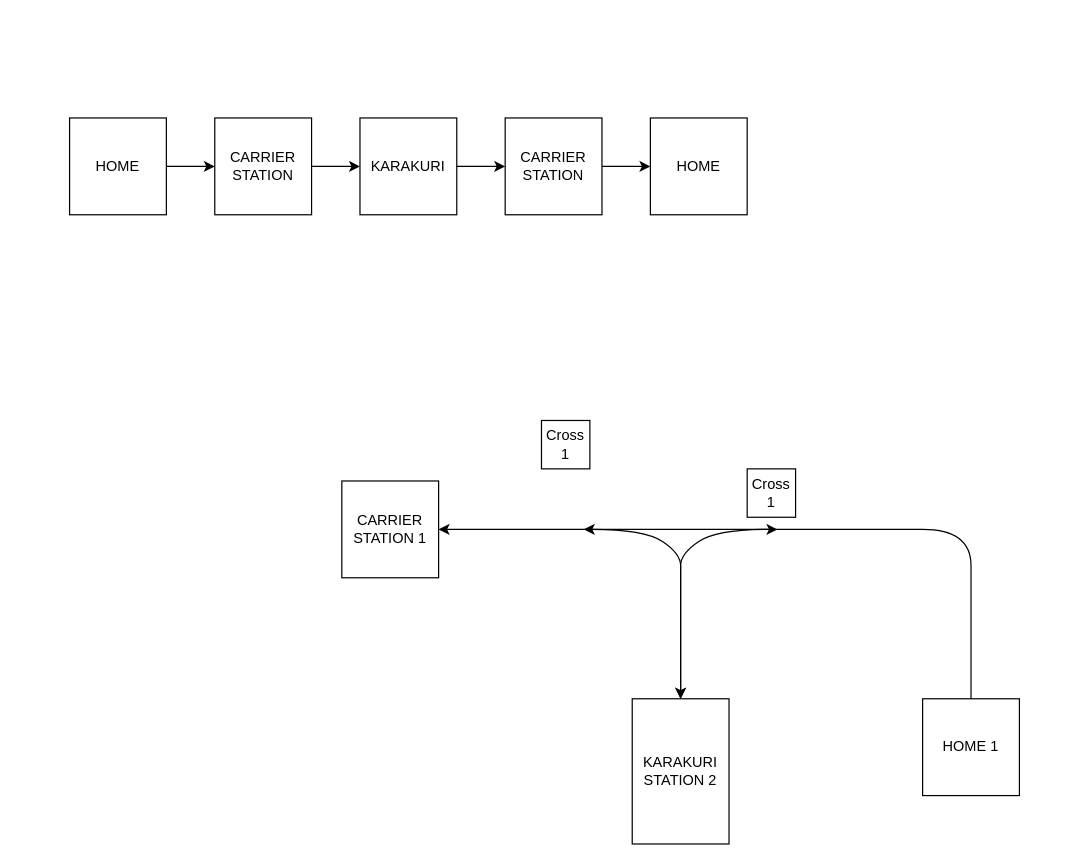
Above: page "Page-2" (2 of 4) of Program/Breakdown/AGV Track Design.drawio in AlfonsusGiovanni/Automated-Guided-Vehicle (draw.io), before the change. Source tidied: cells renumbered, new cells numbered last; positions are measured from the earlier drawing's top-left corner, leaving out a move shared by most shapes. Both pictures are drawn from the tidied source at 121%, with x=0, y=0 at pixel (69, 117).
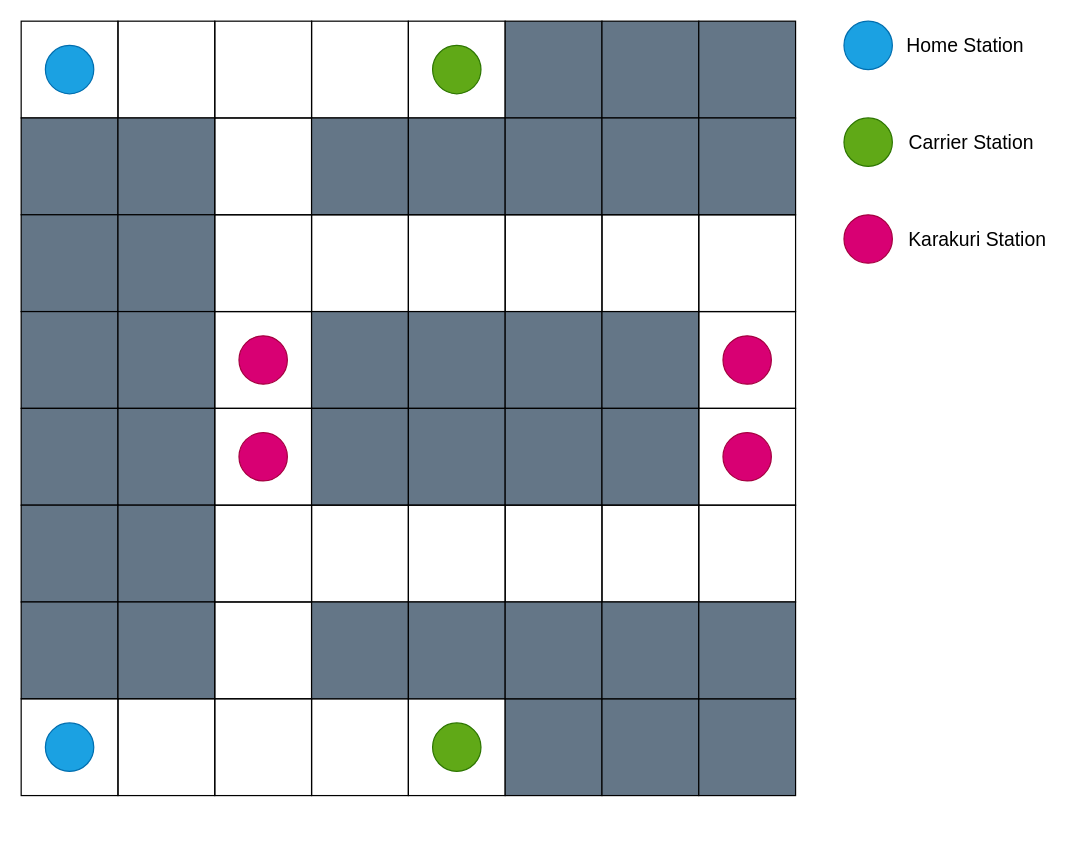
After the change.

Diff of the diagram source:
```diff
@@
-    <mxCell id="2" value="HOME 1" style="rounded=0;whiteSpace=wrap;html=1;fillColor=none;" parent="1" vertex="1">
-      <mxGeometry x="705" y="480" width="80" height="80" as="geometry" />
-    </mxCell>
-    <mxCell id="3" value="CARRIER&lt;div&gt;STATION 1&lt;/div&gt;" style="rounded=0;whiteSpace=wrap;html=1;fillColor=none;" parent="1" vertex="1">
-      <mxGeometry x="225" y="300" width="80" height="80" as="geometry" />
-    </mxCell>
-    <mxCell id="4" value="KARAKURI STATION 2" style="rounded=0;whiteSpace=wrap;html=1;fillColor=none;" parent="1" vertex="1">
-      <mxGeometry x="465" y="480" width="80" height="120" as="geometry" />
-    </mxCell>
-    <mxCell id="5" style="curved=1;endArrow=classic;html=1;rounded=0;entryX=1;entryY=0.5;entryDx=0;entryDy=0;exitX=0.5;exitY=0;exitDx=0;exitDy=0;" parent="1" edge="1" source="2" target="3">
-      <mxGeometry relative="1" as="geometry">
-        <Array as="points">
-          <mxPoint x="745" y="400" />
-          <mxPoint x="745" y="340" />
-          <mxPoint x="665" y="340" />
-        </Array>
-      </mxGeometry>
-    </mxCell>
-    <mxCell id="6" style="curved=1;endArrow=classic;html=1;rounded=0;exitX=0.5;exitY=0;exitDx=0;exitDy=0;startArrow=classic;startFill=1;" parent="1" edge="1" source="4">
-      <mxGeometry relative="1" as="geometry">
-        <mxPoint x="425" y="340" as="targetPoint" />
-        <Array as="points">
-          <mxPoint x="505" y="380" />
-          <mxPoint x="505" y="360" />
-          <mxPoint x="475" y="340" />
-        </Array>
-      </mxGeometry>
-    </mxCell>
-    <mxCell id="7" style="curved=1;endArrow=classic;html=1;rounded=0;exitX=0.5;exitY=0;exitDx=0;exitDy=0;startArrow=classic;startFill=1;" parent="1" edge="1">
-      <mxGeometry relative="1" as="geometry">
-        <mxPoint x="505" y="480" as="sourcePoint" />
-        <mxPoint x="585" y="340" as="targetPoint" />
-        <Array as="points">
-          <mxPoint x="505" y="380" />
-          <mxPoint x="505" y="360" />
-          <mxPoint x="535" y="340" />
-        </Array>
-      </mxGeometry>
-    </mxCell>
-    <mxCell id="8" value="Cross&lt;div&gt;1&lt;/div&gt;" style="rounded=0;whiteSpace=wrap;html=1;fillColor=none;" parent="1" vertex="1">
-      <mxGeometry x="390" y="250" width="40" height="40" as="geometry" />
-    </mxCell>
-    <mxCell id="9" value="Cross&lt;div&gt;1&lt;/div&gt;" style="rounded=0;whiteSpace=wrap;html=1;fillColor=none;" parent="1" vertex="1">
-      <mxGeometry x="560" y="290" width="40" height="40" as="geometry" />
-    </mxCell>
-    <mxCell id="10" style="edgeStyle=orthogonalEdgeStyle;rounded=0;jettySize=auto;html=1;" parent="1" edge="1" source="11" target="13">
-      <mxGeometry relative="1" as="geometry" />
-    </mxCell>
-    <mxCell id="11" value="HOME" style="rounded=0;whiteSpace=wrap;html=1;fillColor=none;" parent="1" vertex="1">
-      <mxGeometry width="80" height="80" as="geometry" />
-    </mxCell>
-    <mxCell id="12" style="edgeStyle=orthogonalEdgeStyle;rounded=0;jettySize=auto;html=1;" parent="1" edge="1" source="13" target="15">
-      <mxGeometry relative="1" as="geometry" />
-    </mxCell>
-    <mxCell id="13" value="CARRIER&lt;div&gt;STATION&lt;/div&gt;" style="rounded=0;whiteSpace=wrap;html=1;fillColor=none;" parent="1" vertex="1">
-      <mxGeometry x="120" width="80" height="80" as="geometry" />
-    </mxCell>
-    <mxCell id="14" style="edgeStyle=orthogonalEdgeStyle;rounded=0;jettySize=auto;html=1;" parent="1" edge="1" source="15" target="17">
-      <mxGeometry relative="1" as="geometry" />
-    </mxCell>
-    <mxCell id="15" value="KARAKURI" style="rounded=0;whiteSpace=wrap;html=1;fillColor=none;" parent="1" vertex="1">
-      <mxGeometry x="240" width="80" height="80" as="geometry" />
-    </mxCell>
-    <mxCell id="16" style="edgeStyle=orthogonalEdgeStyle;rounded=0;jettySize=auto;html=1;" parent="1" edge="1" source="17" target="18">
-      <mxGeometry relative="1" as="geometry" />
-    </mxCell>
-    <mxCell id="17" value="CARRIER&lt;div&gt;STATION&lt;/div&gt;" style="rounded=0;whiteSpace=wrap;html=1;fillColor=none;" parent="1" vertex="1">
-      <mxGeometry x="360" width="80" height="80" as="geometry" />
-    </mxCell>
-    <mxCell id="18" value="HOME" style="rounded=0;whiteSpace=wrap;html=1;fillColor=none;" parent="1" vertex="1">
-      <mxGeometry x="480" width="80" height="80" as="geometry" />
-    </mxCell>
+    <mxCell id="19" style="ellipse;whiteSpace=wrap;html=1;fillColor=#1ba1e2;fontColor=#ffffff;strokeColor=#006EAF;" parent="1" vertex="1">
+      <mxGeometry x="640" y="-80" width="40" height="40" as="geometry" />
+    </mxCell>
+    <mxCell id="20" value="Home Station" style="text;html=1;align=center;verticalAlign=middle;strokeColor=none;fillColor=none;fontSize=16;" parent="1" vertex="1">
+      <mxGeometry x="680" y="-75" width="120" height="30" as="geometry" />
+    </mxCell>
+    <mxCell id="21" style="ellipse;whiteSpace=wrap;html=1;fillColor=#d80073;fontColor=#ffffff;strokeColor=#A50040;" parent="1" vertex="1">
+      <mxGeometry x="640" y="80" width="40" height="40" as="geometry" />
+    </mxCell>
+    <mxCell id="22" value="Karakuri Station" style="text;html=1;align=center;verticalAlign=middle;strokeColor=none;fillColor=none;fontSize=16;" parent="1" vertex="1">
+      <mxGeometry x="680" y="85" width="140" height="30" as="geometry" />
+    </mxCell>
+    <mxCell id="23" style="ellipse;whiteSpace=wrap;html=1;fillColor=#60a917;fontColor=#ffffff;strokeColor=#2D7600;" parent="1" vertex="1">
+      <mxGeometry x="640" width="40" height="40" as="geometry" />
+    </mxCell>
+    <mxCell id="24" value="Carrier Station" style="text;html=1;align=center;verticalAlign=middle;strokeColor=none;fillColor=none;fontSize=16;" parent="1" vertex="1">
+      <mxGeometry x="680" y="5" width="130" height="30" as="geometry" />
+    </mxCell>
+    <mxCell id="25" style="group;rotation=-90;" parent="1" vertex="1">
+      <mxGeometry x="-40" y="-80" width="640" height="640" as="geometry" />
+    </mxCell>
+    <mxCell id="26" style="whiteSpace=wrap;html=1;flipH=1;flipV=1;fillColor=none;strokeColor=default;rotation=0;" parent="25" vertex="1">
+      <mxGeometry width="80" height="80" as="geometry" />
+    </mxCell>
+    <mxCell id="27" style="whiteSpace=wrap;html=1;flipH=1;flipV=1;fillColor=none;strokeColor=default;rotation=0;" parent="25" vertex="1">
+      <mxGeometry x="80" width="80" height="80" as="geometry" />
+    </mxCell>
+    <mxCell id="28" style="whiteSpace=wrap;html=1;flipH=1;flipV=1;fillColor=none;strokeColor=default;rotation=0;" parent="25" vertex="1">
+      <mxGeometry x="160" width="80" height="80" as="geometry" />
+    </mxCell>
+    <mxCell id="29" style="whiteSpace=wrap;html=1;flipH=1;flipV=1;fillColor=none;strokeColor=default;rotation=0;" parent="25" vertex="1">
+      <mxGeometry x="240" width="80" height="80" as="geometry" />
+    </mxCell>
+    <mxCell id="30" style="whiteSpace=wrap;html=1;flipH=1;flipV=1;fillColor=none;strokeColor=default;rotation=0;" parent="25" vertex="1">
+      <mxGeometry x="320" width="80" height="80" as="geometry" />
+    </mxCell>
+    <mxCell id="31" style="whiteSpace=wrap;html=1;flipH=1;flipV=1;fillColor=#647687;strokeColor=default;fontColor=#ffffff;rotation=0;" parent="25" vertex="1">
+      <mxGeometry x="400" width="80" height="80" as="geometry" />
+    </mxCell>
+    <mxCell id="32" style="whiteSpace=wrap;html=1;flipH=1;flipV=1;fillColor=#647687;strokeColor=default;fontColor=#ffffff;rotation=0;" parent="25" vertex="1">
+      <mxGeometry x="480" width="80" height="80" as="geometry" />
+    </mxCell>
+    <mxCell id="33" style="whiteSpace=wrap;html=1;flipH=1;flipV=1;fillColor=#647687;strokeColor=default;fontColor=#ffffff;rotation=0;" parent="25" vertex="1">
+      <mxGeometry x="560" width="80" height="80" as="geometry" />
+    </mxCell>
+    <mxCell id="34" style="whiteSpace=wrap;html=1;flipH=1;flipV=1;fillColor=#647687;strokeColor=default;fontColor=#ffffff;rotation=0;" parent="25" vertex="1">
+      <mxGeometry y="80" width="80" height="80" as="geometry" />
+    </mxCell>
+    <mxCell id="35" style="whiteSpace=wrap;html=1;flipH=1;flipV=1;fillColor=#647687;strokeColor=default;fontColor=#ffffff;rotation=0;" parent="25" vertex="1">
+      <mxGeometry x="80" y="80" width="80" height="80" as="geometry" />
+    </mxCell>
+    <mxCell id="36" style="whiteSpace=wrap;html=1;flipH=1;flipV=1;fillColor=none;strokeColor=default;rotation=0;" parent="25" vertex="1">
+      <mxGeometry x="160" y="80" width="80" height="80" as="geometry" />
+    </mxCell>
+    <mxCell id="37" style="whiteSpace=wrap;html=1;flipH=1;flipV=1;fillColor=#647687;strokeColor=default;fontColor=#ffffff;rotation=0;" parent="25" vertex="1">
+      <mxGeometry x="240" y="80" width="80" height="80" as="geometry" />
+    </mxCell>
+    <mxCell id="38" style="whiteSpace=wrap;html=1;flipH=1;flipV=1;fillColor=#647687;strokeColor=default;fontColor=#ffffff;rotation=0;" parent="25" vertex="1">
+      <mxGeometry x="320" y="80" width="80" height="80" as="geometry" />
+    </mxCell>
+    <mxCell id="39" style="whiteSpace=wrap;html=1;flipH=1;flipV=1;fillColor=#647687;strokeColor=default;fontColor=#ffffff;rotation=0;" parent="25" vertex="1">
+      <mxGeometry x="400" y="80" width="80" height="80" as="geometry" />
+    </mxCell>
+    <mxCell id="40" style="whiteSpace=wrap;html=1;flipH=1;flipV=1;fillColor=#647687;strokeColor=default;fontColor=#ffffff;rotation=0;" parent="25" vertex="1">
+      <mxGeometry x="480" y="80" width="80" height="80" as="geometry" />
+    </mxCell>
+    <mxCell id="41" style="whiteSpace=wrap;html=1;flipH=1;flipV=1;fillColor=#647687;strokeColor=default;fontColor=#ffffff;rotation=0;" parent="25" vertex="1">
+      <mxGeometry x="560" y="80" width="80" height="80" as="geometry" />
+    </mxCell>
+    <mxCell id="42" style="whiteSpace=wrap;html=1;flipH=1;flipV=1;fillColor=#647687;strokeColor=default;fontColor=#ffffff;rotation=0;" parent="25" vertex="1">
+      <mxGeometry y="160" width="80" height="80" as="geometry" />
+    </mxCell>
+    <mxCell id="43" style="whiteSpace=wrap;html=1;flipH=1;flipV=1;fillColor=#647687;strokeColor=default;fontColor=#ffffff;rotation=0;" parent="25" vertex="1">
+      <mxGeometry x="80" y="160" width="80" height="80" as="geometry" />
+    </mxCell>
+    <mxCell id="44" style="whiteSpace=wrap;html=1;flipH=1;flipV=1;fillColor=none;strokeColor=default;rotation=0;" parent="25" vertex="1">
+      <mxGeometry x="160" y="160" width="80" height="80" as="geometry" />
+    </mxCell>
+    <mxCell id="45" style="whiteSpace=wrap;html=1;flipH=1;flipV=1;fillColor=none;strokeColor=default;rotation=0;" parent="25" vertex="1">
+      <mxGeometry x="240" y="160" width="80" height="80" as="geometry" />
+    </mxCell>
+    <mxCell id="46" style="whiteSpace=wrap;html=1;flipH=1;flipV=1;fillColor=none;strokeColor=default;rotation=0;" parent="25" vertex="1">
+      <mxGeometry x="320" y="160" width="80" height="80" as="geometry" />
+    </mxCell>
+    <mxCell id="47" style="whiteSpace=wrap;html=1;flipH=1;flipV=1;fillColor=none;strokeColor=default;rotation=0;" parent="25" vertex="1">
+      <mxGeometry x="400" y="160" width="80" height="80" as="geometry" />
+    </mxCell>
+    <mxCell id="48" style="whiteSpace=wrap;html=1;flipH=1;flipV=1;fillColor=none;strokeColor=default;rotation=0;" parent="25" vertex="1">
+      <mxGeometry x="480" y="160" width="80" height="80" as="geometry" />
+    </mxCell>
+    <mxCell id="49" style="whiteSpace=wrap;html=1;flipH=1;flipV=1;fillColor=none;strokeColor=default;rotation=0;" parent="25" vertex="1">
+      <mxGeometry x="560" y="160" width="80" height="80" as="geometry" />
+    </mxCell>
+    <mxCell id="50" style="whiteSpace=wrap;html=1;flipH=1;flipV=1;fillColor=#647687;strokeColor=default;fontColor=#ffffff;rotation=0;" parent="25" vertex="1">
+      <mxGeometry y="240" width="80" height="80" as="geometry" />
+    </mxCell>
+    <mxCell id="51" style="whiteSpace=wrap;html=1;flipH=1;flipV=1;fillColor=#647687;strokeColor=default;fontColor=#ffffff;rotation=0;" parent="25" vertex="1">
+      <mxGeometry x="80" y="240" width="80" height="80" as="geometry" />
+    </mxCell>
+    <mxCell id="52" style="whiteSpace=wrap;html=1;flipH=1;flipV=1;fillColor=none;strokeColor=default;rotation=0;" parent="25" vertex="1">
+      <mxGeometry x="160" y="240" width="80" height="80" as="geometry" />
+    </mxCell>
+    <mxCell id="53" style="whiteSpace=wrap;html=1;flipH=1;flipV=1;fillColor=#647687;strokeColor=default;fontColor=#ffffff;rotation=0;" parent="25" vertex="1">
+      <mxGeometry x="240" y="240" width="80" height="80" as="geometry" />
+    </mxCell>
+    <mxCell id="54" style="whiteSpace=wrap;html=1;flipH=1;flipV=1;fillColor=#647687;strokeColor=default;fontColor=#ffffff;rotation=0;" parent="25" vertex="1">
+      <mxGeometry x="320" y="240" width="80" height="80" as="geometry" />
+    </mxCell>
+    <mxCell id="55" style="whiteSpace=wrap;html=1;flipH=1;flipV=1;fillColor=#647687;strokeColor=default;fontColor=#ffffff;rotation=0;" parent="25" vertex="1">
+      <mxGeometry x="400" y="240" width="80" height="80" as="geometry" />
+    </mxCell>
+    <mxCell id="56" style="whiteSpace=wrap;html=1;flipH=1;flipV=1;fillColor=#647687;strokeColor=default;fontColor=#ffffff;rotation=0;" parent="25" vertex="1">
+      <mxGeometry x="480" y="240" width="80" height="80" as="geometry" />
+    </mxCell>
+    <mxCell id="57" style="whiteSpace=wrap;html=1;flipH=1;flipV=1;fillColor=none;strokeColor=default;rotation=0;" parent="25" vertex="1">
+      <mxGeometry x="560" y="240" width="80" height="80" as="geometry" />
+    </mxCell>
+    <mxCell id="58" style="whiteSpace=wrap;html=1;flipH=1;flipV=1;fillColor=#647687;strokeColor=default;fontColor=#ffffff;rotation=0;" parent="25" vertex="1">
+      <mxGeometry y="320" width="80" height="80" as="geometry" />
+    </mxCell>
+    <mxCell id="59" style="whiteSpace=wrap;html=1;flipH=1;flipV=1;fillColor=#647687;strokeColor=default;fontColor=#ffffff;rotation=0;" parent="25" vertex="1">
+      <mxGeometry x="80" y="320" width="80" height="80" as="geometry" />
+    </mxCell>
+    <mxCell id="60" style="whiteSpace=wrap;html=1;flipH=1;flipV=1;fillColor=none;strokeColor=default;rotation=0;" parent="25" vertex="1">
+      <mxGeometry x="160" y="320" width="80" height="80" as="geometry" />
+    </mxCell>
+    <mxCell id="61" style="whiteSpace=wrap;html=1;flipH=1;flipV=1;fillColor=#647687;strokeColor=default;fontColor=#ffffff;rotation=0;" parent="25" vertex="1">
+      <mxGeometry x="240" y="320" width="80" height="80" as="geometry" />
+    </mxCell>
+    <mxCell id="62" style="whiteSpace=wrap;html=1;flipH=1;flipV=1;fillColor=#647687;strokeColor=default;fontColor=#ffffff;rotation=0;" parent="25" vertex="1">
+      <mxGeometry x="320" y="320" width="80" height="80" as="geometry" />
+    </mxCell>
+    <mxCell id="63" style="whiteSpace=wrap;html=1;flipH=1;flipV=1;fillColor=#647687;strokeColor=default;fontColor=#ffffff;rotation=0;" parent="25" vertex="1">
+      <mxGeometry x="400" y="320" width="80" height="80" as="geometry" />
+    </mxCell>
+    <mxCell id="64" style="whiteSpace=wrap;html=1;flipH=1;flipV=1;fillColor=#647687;strokeColor=default;fontColor=#ffffff;rotation=0;" parent="25" vertex="1">
+      <mxGeometry x="480" y="320" width="80" height="80" as="geometry" />
+    </mxCell>
+    <mxCell id="65" style="whiteSpace=wrap;html=1;flipH=1;flipV=1;fillColor=none;strokeColor=default;rotation=0;" parent="25" vertex="1">
+      <mxGeometry x="560" y="320" width="80" height="80" as="geometry" />
+    </mxCell>
+    <mxCell id="66" style="whiteSpace=wrap;html=1;flipH=1;flipV=1;fillColor=#647687;strokeColor=default;fontColor=#ffffff;rotation=0;" parent="25" vertex="1">
+      <mxGeometry y="400" width="80" height="80" as="geometry" />
+    </mxCell>
+    <mxCell id="67" style="whiteSpace=wrap;html=1;flipH=1;flipV=1;fillColor=#647687;strokeColor=default;fontColor=#ffffff;rotation=0;" parent="25" vertex="1">
+      <mxGeometry x="80" y="400" width="80" height="80" as="geometry" />
+    </mxCell>
+    <mxCell id="68" style="whiteSpace=wrap;html=1;flipH=1;flipV=1;fillColor=none;strokeColor=default;rotation=0;" parent="25" vertex="1">
+      <mxGeometry x="160" y="400" width="80" height="80" as="geometry" />
+    </mxCell>
+    <mxCell id="69" style="whiteSpace=wrap;html=1;flipH=1;flipV=1;fillColor=none;strokeColor=default;rotation=0;" parent="25" vertex="1">
+      <mxGeometry x="240" y="400" width="80" height="80" as="geometry" />
+    </mxCell>
+    <mxCell id="70" style="whiteSpace=wrap;html=1;flipH=1;flipV=1;fillColor=none;strokeColor=default;rotation=0;" parent="25" vertex="1">
+      <mxGeometry x="320" y="400" width="80" height="80" as="geometry" />
+    </mxCell>
+    <mxCell id="71" style="whiteSpace=wrap;html=1;flipH=1;flipV=1;fillColor=none;strokeColor=default;rotation=0;" parent="25" vertex="1">
+      <mxGeometry x="400" y="400" width="80" height="80" as="geometry" />
+    </mxCell>
+    <mxCell id="72" style="whiteSpace=wrap;html=1;flipH=1;flipV=1;fillColor=none;strokeColor=default;rotation=0;" parent="25" vertex="1">
+      <mxGeometry x="480" y="400" width="80" height="80" as="geometry" />
+    </mxCell>
+    <mxCell id="73" style="whiteSpace=wrap;html=1;flipH=1;flipV=1;fillColor=none;strokeColor=default;rotation=0;" parent="25" vertex="1">
+      <mxGeometry x="560" y="400" width="80" height="80" as="geometry" />
+    </mxCell>
+    <mxCell id="74" style="whiteSpace=wrap;html=1;flipH=1;flipV=1;fillColor=#647687;strokeColor=default;fontColor=#ffffff;rotation=0;" parent="25" vertex="1">
+      <mxGeometry y="480" width="80" height="80" as="geometry" />
+    </mxCell>
+    <mxCell id="75" style="whiteSpace=wrap;html=1;flipH=1;flipV=1;fillColor=#647687;strokeColor=default;fontColor=#ffffff;rotation=0;" parent="25" vertex="1">
+      <mxGeometry x="80" y="480" width="80" height="80" as="geometry" />
+    </mxCell>
+    <mxCell id="76" style="whiteSpace=wrap;html=1;flipH=1;flipV=1;fillColor=none;strokeColor=default;rotation=0;" parent="25" vertex="1">
+      <mxGeometry x="160" y="480" width="80" height="80" as="geometry" />
+    </mxCell>
+    <mxCell id="77" style="whiteSpace=wrap;html=1;flipH=1;flipV=1;fillColor=none;strokeColor=default;rotation=0;" parent="25" vertex="1">
+      <mxGeometry y="560" width="80" height="80" as="geometry" />
+    </mxCell>
+    <mxCell id="78" style="whiteSpace=wrap;html=1;flipH=1;flipV=1;fillColor=none;strokeColor=default;rotation=0;" parent="25" vertex="1">
+      <mxGeometry x="80" y="560" width="80" height="80" as="geometry" />
+    </mxCell>
+    <mxCell id="79" style="whiteSpace=wrap;html=1;flipH=1;flipV=1;fillColor=none;strokeColor=default;rotation=0;" parent="25" vertex="1">
+      <mxGeometry x="160" y="560" width="80" height="80" as="geometry" />
+    </mxCell>
+    <mxCell id="80" style="whiteSpace=wrap;html=1;flipH=1;flipV=1;fillColor=none;strokeColor=default;rotation=0;" parent="25" vertex="1">
+      <mxGeometry x="240" y="560" width="80" height="80" as="geometry" />
+    </mxCell>
+    <mxCell id="81" style="whiteSpace=wrap;html=1;flipH=1;flipV=1;fillColor=none;strokeColor=default;rotation=0;" parent="25" vertex="1">
+      <mxGeometry x="320" y="560" width="80" height="80" as="geometry" />
+    </mxCell>
+    <mxCell id="82" style="whiteSpace=wrap;html=1;flipH=1;flipV=1;fillColor=#647687;strokeColor=default;fontColor=#ffffff;rotation=0;" parent="25" vertex="1">
+      <mxGeometry x="400" y="560" width="80" height="80" as="geometry" />
+    </mxCell>
+    <mxCell id="83" style="whiteSpace=wrap;html=1;flipH=1;flipV=1;fillColor=#647687;strokeColor=default;fontColor=#ffffff;rotation=0;" parent="25" vertex="1">
+      <mxGeometry x="480" y="560" width="80" height="80" as="geometry" />
+    </mxCell>
+    <mxCell id="84" style="whiteSpace=wrap;html=1;flipH=1;flipV=1;fillColor=#647687;strokeColor=default;fontColor=#ffffff;rotation=0;" parent="25" vertex="1">
+      <mxGeometry x="560" y="560" width="80" height="80" as="geometry" />
+    </mxCell>
+    <mxCell id="85" style="ellipse;whiteSpace=wrap;html=1;fillColor=#d80073;fontColor=#ffffff;strokeColor=#A50040;rotation=0;" parent="25" vertex="1">
+      <mxGeometry x="180" y="340" width="40" height="40" as="geometry" />
+    </mxCell>
+    <mxCell id="86" style="ellipse;whiteSpace=wrap;html=1;fillColor=#d80073;fontColor=#ffffff;strokeColor=#A50040;rotation=0;" parent="25" vertex="1">
+      <mxGeometry x="180" y="260" width="40" height="40" as="geometry" />
+    </mxCell>
+    <mxCell id="87" style="ellipse;whiteSpace=wrap;html=1;fillColor=#d80073;fontColor=#ffffff;strokeColor=#A50040;rotation=0;" parent="25" vertex="1">
+      <mxGeometry x="580" y="260" width="40" height="40" as="geometry" />
+    </mxCell>
+    <mxCell id="88" style="ellipse;whiteSpace=wrap;html=1;fillColor=#d80073;fontColor=#ffffff;strokeColor=#A50040;rotation=0;" parent="25" vertex="1">
+      <mxGeometry x="580" y="340" width="40" height="40" as="geometry" />
+    </mxCell>
+    <mxCell id="89" style="ellipse;whiteSpace=wrap;html=1;fillColor=#1ba1e2;fontColor=#ffffff;strokeColor=#006EAF;rotation=0;" parent="25" vertex="1">
+      <mxGeometry x="20" y="580" width="40" height="40" as="geometry" />
+    </mxCell>
+    <mxCell id="90" style="ellipse;whiteSpace=wrap;html=1;fillColor=#1ba1e2;fontColor=#ffffff;strokeColor=#006EAF;rotation=0;" parent="25" vertex="1">
+      <mxGeometry x="20" y="20" width="40" height="40" as="geometry" />
+    </mxCell>
+    <mxCell id="91" style="ellipse;whiteSpace=wrap;html=1;fillColor=#60a917;fontColor=#ffffff;strokeColor=#2D7600;rotation=0;" parent="25" vertex="1">
+      <mxGeometry x="340" y="580" width="40" height="40" as="geometry" />
+    </mxCell>
+    <mxCell id="92" style="ellipse;whiteSpace=wrap;html=1;fillColor=#60a917;fontColor=#ffffff;strokeColor=#2D7600;rotation=0;" parent="25" vertex="1">
+      <mxGeometry x="340" y="20" width="40" height="40" as="geometry" />
+    </mxCell>
+    <mxCell id="93" style="whiteSpace=wrap;html=1;flipH=1;flipV=1;fillColor=#647687;strokeColor=default;fontColor=#ffffff;rotation=0;" parent="25" vertex="1">
+      <mxGeometry x="240" y="480" width="80" height="80" as="geometry" />
+    </mxCell>
+    <mxCell id="94" style="whiteSpace=wrap;html=1;flipH=1;flipV=1;fillColor=#647687;strokeColor=default;fontColor=#ffffff;rotation=0;" parent="25" vertex="1">
+      <mxGeometry x="320" y="480" width="80" height="80" as="geometry" />
+    </mxCell>
+    <mxCell id="95" style="whiteSpace=wrap;html=1;flipH=1;flipV=1;fillColor=#647687;strokeColor=default;fontColor=#ffffff;rotation=0;" parent="25" vertex="1">
+      <mxGeometry x="400" y="480" width="80" height="80" as="geometry" />
+    </mxCell>
+    <mxCell id="96" style="whiteSpace=wrap;html=1;flipH=1;flipV=1;fillColor=#647687;strokeColor=default;fontColor=#ffffff;rotation=0;" parent="25" vertex="1">
+      <mxGeometry x="480" y="480" width="80" height="80" as="geometry" />
+    </mxCell>
+    <mxCell id="97" style="whiteSpace=wrap;html=1;flipH=1;flipV=1;fillColor=#647687;strokeColor=default;fontColor=#ffffff;rotation=0;" parent="25" vertex="1">
+      <mxGeometry x="560" y="480" width="80" height="80" as="geometry" />
+    </mxCell>
```
